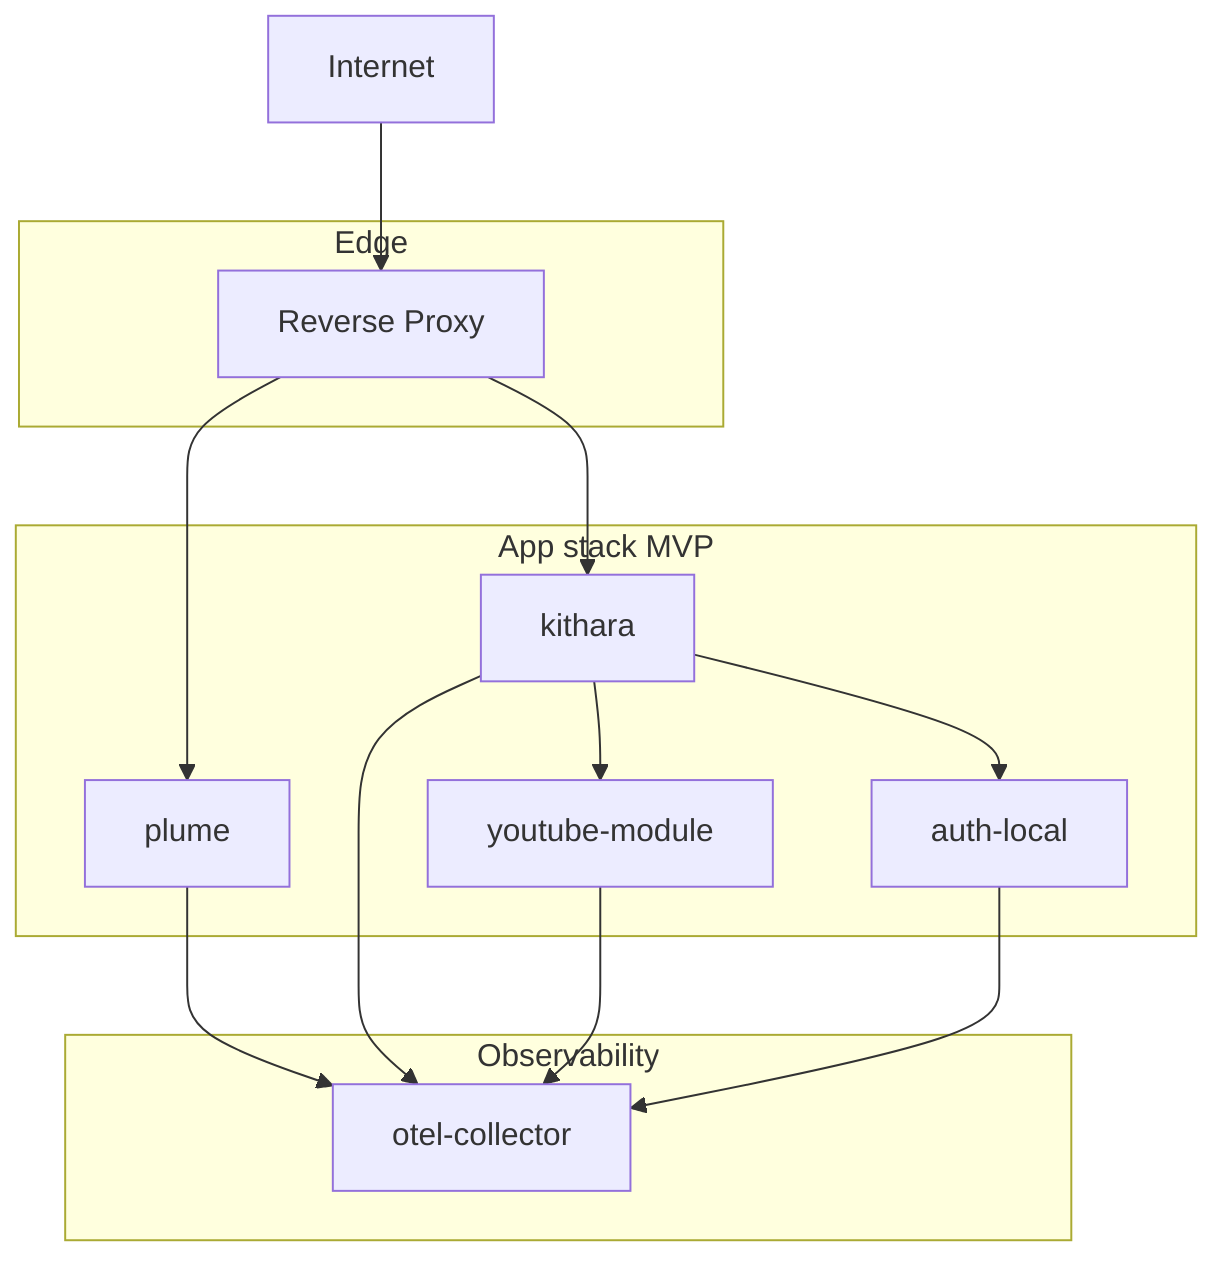
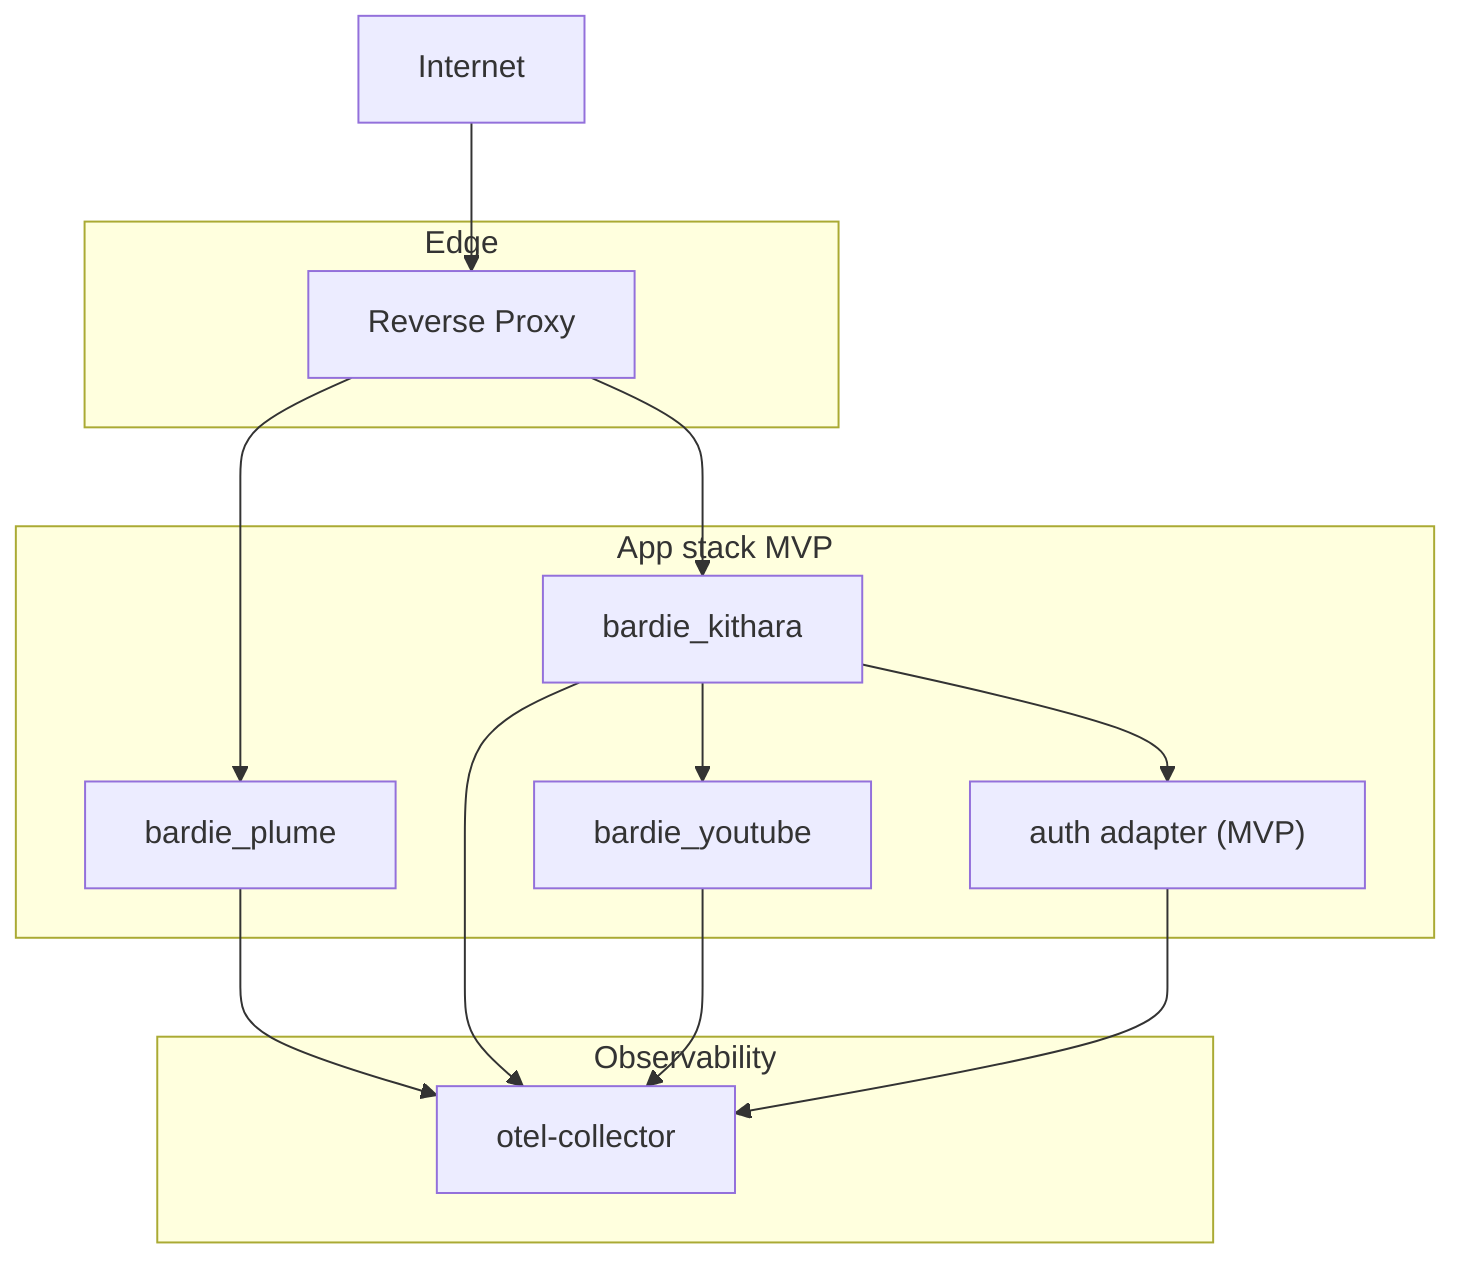
flowchart TB
  subgraph edge [Edge]
    P[Reverse Proxy]
  end
  subgraph apps [App stack MVP]
-     Plume[plume]
-     Kithara[kithara]
-     YT[youtube-module]
-     Auth[auth-local]
+     Plume[bardie_plume]
+     Kithara[bardie_kithara]
+     YT[bardie_youtube]
+     Auth["auth adapter (MVP)"]
  end
  subgraph observe [Observability]
    OTel[otel-collector]
  end
  Internet --> P
  P --> Plume
  P --> Kithara
  Kithara --> YT
  Kithara --> Auth
  Plume --> OTel
  Kithara --> OTel
  YT --> OTel
  Auth --> OTel
